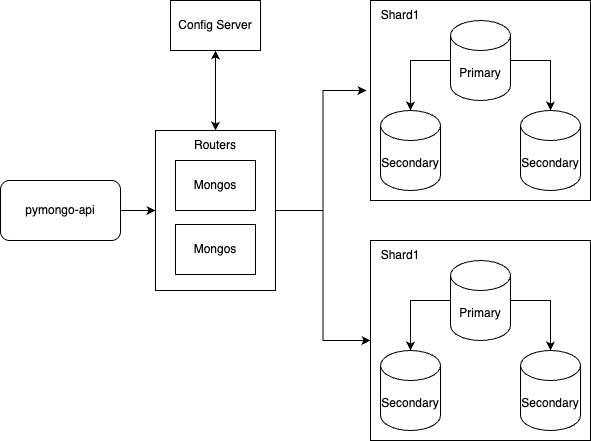
Before: schemas/task1-2.drawio.png, a diagram exported from draw.io (Yandex-Practicum/architecture-black_friday). Source tidied: cells renumbered, new cells last; positions are measured from the earlier drawing's top-left corner, leaving out a move shared by most shapes.
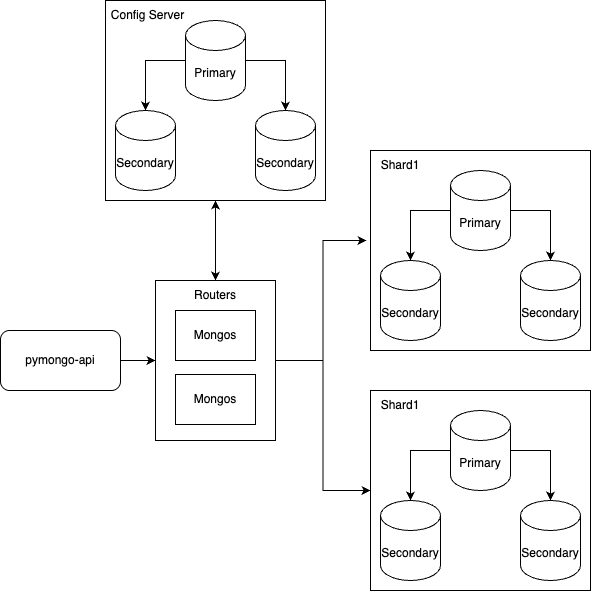
After the change.

What changed in the source:
```diff
@@ -2,7 +2,7 @@
   <root>
     <mxCell id="0" />
     <mxCell id="1" parent="0" />
-    <mxCell id="2" style="edgeStyle=orthogonalEdgeStyle;rounded=0;jettySize=auto;html=1;startArrow=classic;startFill=1;exitX=0.5;exitY=0;exitDx=0;exitDy=0;" parent="1" edge="1" source="11" target="5">
+    <mxCell id="2" style="edgeStyle=orthogonalEdgeStyle;rounded=0;jettySize=auto;html=1;startArrow=classic;startFill=1;exitX=0.5;exitY=0;exitDx=0;exitDy=0;entryX=0.5;entryY=1;entryDx=0;entryDy=0;" parent="1" edge="1" source="11" target="26">
       <mxGeometry relative="1" as="geometry" />
     </mxCell>
     <mxCell id="3" value="pymongo-api" style="rounded=1;whiteSpace=wrap;html=1;" parent="1" vertex="1">
@@ -11,9 +11,6 @@
     <mxCell id="4" style="edgeStyle=orthogonalEdgeStyle;rounded=0;jettySize=auto;html=1;exitX=1;exitY=0.5;exitDx=0;exitDy=0;entryX=0;entryY=0.5;entryDx=0;entryDy=0;" parent="1" edge="1" source="3" target="8">
       <mxGeometry relative="1" as="geometry" />
     </mxCell>
-    <mxCell id="5" value="Config Server" style="rounded=0;whiteSpace=wrap;html=1;" parent="1" vertex="1">
-      <mxGeometry x="170" width="90" height="50" as="geometry" />
-    </mxCell>
     <mxCell id="6" style="edgeStyle=orthogonalEdgeStyle;rounded=0;jettySize=auto;html=1;entryX=-0.018;entryY=0.45;entryDx=0;entryDy=0;entryPerimeter=0;" parent="1" edge="1" source="8" target="12">
       <mxGeometry relative="1" as="geometry" />
     </mxCell>
@@ -74,5 +71,26 @@
     <mxCell id="25" value="Shard1" style="text;html=1;align=center;verticalAlign=middle;whiteSpace=wrap;rounded=0;" parent="1" vertex="1">
       <mxGeometry x="370" y="240" width="60" height="30" as="geometry" />
     </mxCell>
+    <mxCell id="26" style="rounded=0;whiteSpace=wrap;html=1;" parent="1" vertex="1">
+      <mxGeometry x="105" y="-150" width="220" height="200" as="geometry" />
+    </mxCell>
+    <mxCell id="27" style="edgeStyle=orthogonalEdgeStyle;rounded=0;jettySize=auto;html=1;" parent="1" edge="1" source="29" target="30">
+      <mxGeometry relative="1" as="geometry" />
+    </mxCell>
+    <mxCell id="28" style="edgeStyle=orthogonalEdgeStyle;rounded=0;jettySize=auto;html=1;" parent="1" edge="1" source="29" target="31">
+      <mxGeometry relative="1" as="geometry" />
+    </mxCell>
+    <mxCell id="29" value="Primary" style="shape=cylinder3;whiteSpace=wrap;html=1;boundedLbl=1;backgroundOutline=1;size=15;" parent="1" vertex="1">
+      <mxGeometry x="185" y="-130" width="60" height="80" as="geometry" />
+    </mxCell>
+    <mxCell id="30" value="Secondary" style="shape=cylinder3;whiteSpace=wrap;html=1;boundedLbl=1;backgroundOutline=1;size=15;" parent="1" vertex="1">
+      <mxGeometry x="115" y="-40" width="60" height="80" as="geometry" />
+    </mxCell>
+    <mxCell id="31" value="Secondary" style="shape=cylinder3;whiteSpace=wrap;html=1;boundedLbl=1;backgroundOutline=1;size=15;" parent="1" vertex="1">
+      <mxGeometry x="255" y="-40" width="60" height="80" as="geometry" />
+    </mxCell>
+    <mxCell id="5" value="Config Server" style="text;html=1;align=center;verticalAlign=middle;whiteSpace=wrap;rounded=0;" parent="1" vertex="1">
+      <mxGeometry x="105" y="-150" width="85" height="30" as="geometry" />
+    </mxCell>
   </root>
 </mxGraphModel>
```
